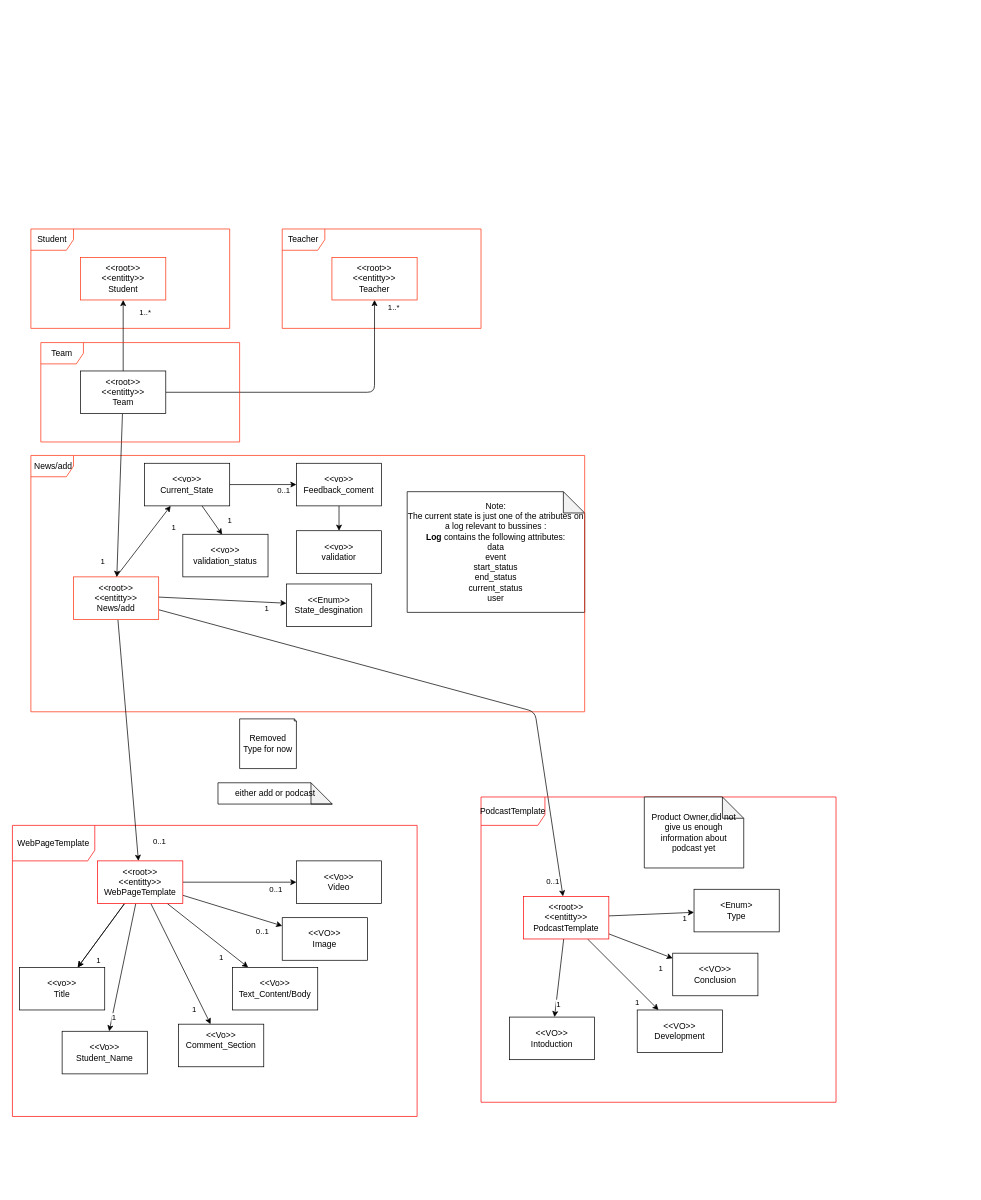
Before: Docs/Domain-model/Domain-model.drawio in Giao748/ISEP-PESTI, a draw.io diagram. Source tidied: cells renumbered, new cells numbered last; positions are measured from the earlier drawing's top-left corner, leaving out a move shared by most shapes. Both pictures are drawn from the tidied source at 71%, with x=0, y=0 at pixel (12, 229).
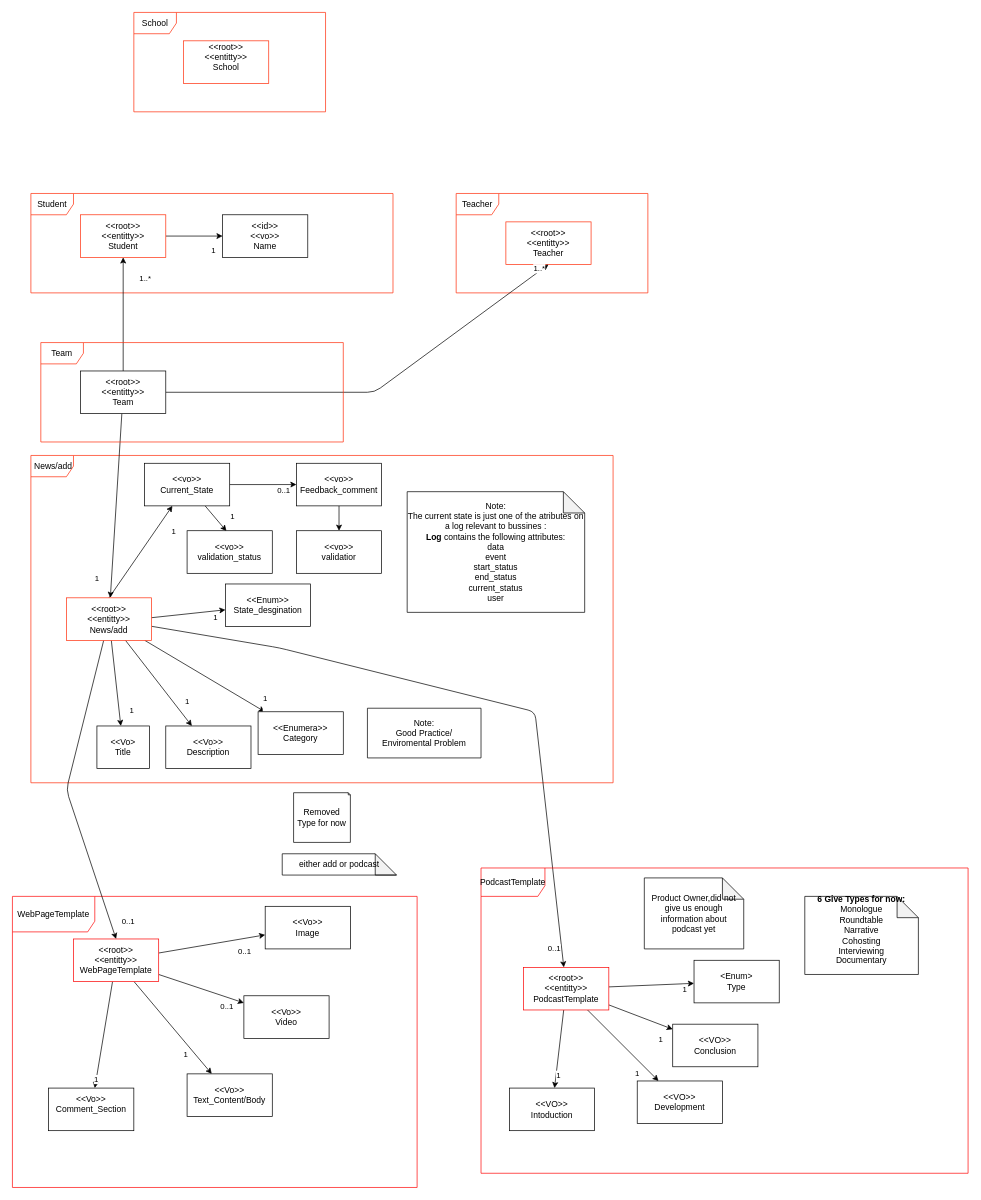
The same page after the edit.

The edit, as a diff of the source:
```diff
@@
     <mxCell id="6" value="&lt;div&gt;&amp;lt;&amp;lt;Enum&amp;gt;&amp;gt;&lt;/div&gt;State_desgination" style="whiteSpace=wrap;html=1;rounded=0;" parent="1" vertex="1">
-      <mxGeometry x="386" y="500" width="120" height="60" as="geometry" />
+      <mxGeometry x="300" y="500" width="120" height="60" as="geometry" />
     </mxCell>
@@
-    <mxCell id="13" style="edgeStyle=none;html=1;" parent="1" edge="1" source="26" target="27">
-      <mxGeometry relative="1" as="geometry" />
-    </mxCell>
@@
-    <mxCell id="20" style="edgeStyle=none;html=1;" parent="1" edge="1" source="26" target="27">
-      <mxGeometry relative="1" as="geometry" />
-    </mxCell>
-    <mxCell id="21" value="1" style="edgeLabel;html=1;align=center;verticalAlign=middle;" parent="20" vertex="1">
-      <mxGeometry x="0.5" relative="1" as="geometry">
-        <mxPoint x="12" y="12" as="offset" />
-      </mxGeometry>
-    </mxCell>
-    <mxCell id="22" style="edgeStyle=none;html=1;" parent="1" edge="1" source="26" target="28">
-      <mxGeometry relative="1" as="geometry" />
-    </mxCell>
-    <mxCell id="23" value="1" style="edgeLabel;html=1;align=center;verticalAlign=middle;" parent="22" vertex="1">
-      <mxGeometry x="0.67" relative="1" as="geometry">
-        <mxPoint y="10" as="offset" />
-      </mxGeometry>
-    </mxCell>
@@
     <mxCell id="26" value="&amp;lt;&amp;lt;root&amp;gt;&amp;gt;&lt;div&gt;&amp;lt;&amp;lt;entitty&amp;gt;&amp;gt;&lt;/div&gt;&lt;div&gt;WebPageTemplate&lt;/div&gt;" style="rounded=0;whiteSpace=wrap;html=1;strokeColor=light-dark(#fb0404, #ededed);" parent="1" vertex="1">
-      <mxGeometry x="120" y="890" width="120" height="60" as="geometry" />
+      <mxGeometry x="86" y="1000" width="120" height="60" as="geometry" />
     </mxCell>
-    <mxCell id="27" value="&amp;lt;&amp;lt;vo&amp;gt;&amp;gt;&lt;div&gt;Title&lt;/div&gt;" style="whiteSpace=wrap;html=1;rounded=0;" parent="1" vertex="1">
-      <mxGeometry x="10" y="1040" width="120" height="60" as="geometry" />
-    </mxCell>
-    <mxCell id="28" value="&lt;div&gt;&amp;lt;&amp;lt;Vo&amp;gt;&amp;gt;&lt;/div&gt;Student_Name" style="whiteSpace=wrap;html=1;rounded=0;" parent="1" vertex="1">
-      <mxGeometry x="70" y="1130" width="120" height="60" as="geometry" />
-    </mxCell>
     <mxCell id="29" value="&amp;lt;&amp;lt;Vo&amp;gt;&amp;gt;&lt;div&gt;Text_Content/Body&lt;/div&gt;" style="whiteSpace=wrap;html=1;rounded=0;" parent="1" vertex="1">
-      <mxGeometry x="310" y="1040" width="120" height="60" as="geometry" />
+      <mxGeometry x="246" y="1190" width="120" height="60" as="geometry" />
     </mxCell>
-    <mxCell id="30" value="&amp;lt;&amp;lt;VO&amp;gt;&amp;gt;&lt;div&gt;Image&lt;/div&gt;" style="whiteSpace=wrap;html=1;rounded=0;" parent="1" vertex="1">
-      <mxGeometry x="380" y="970" width="120" height="60" as="geometry" />
+    <mxCell id="30" value="&amp;lt;&amp;lt;Vo&amp;gt;&amp;gt;&lt;div&gt;Image&lt;/div&gt;" style="whiteSpace=wrap;html=1;rounded=0;" parent="1" vertex="1">
+      <mxGeometry x="356" y="954" width="120" height="60" as="geometry" />
     </mxCell>
     <mxCell id="31" value="WebPageTemplate" style="shape=umlFrame;whiteSpace=wrap;html=1;strokeColor=light-dark(#ff0a0a, #ededed);width=116;height=50;" parent="1" vertex="1">
-      <mxGeometry y="840" width="570" height="410" as="geometry" />
+      <mxGeometry y="940" width="570" height="410" as="geometry" />
     </mxCell>
     <mxCell id="32" value="Student" style="shape=umlFrame;whiteSpace=wrap;html=1;strokeColor=#FF300D;" parent="1" vertex="1">
-      <mxGeometry x="26" width="280" height="140" as="geometry" />
+      <mxGeometry x="26" y="-50" width="510" height="140" as="geometry" />
     </mxCell>
     <mxCell id="33" value="&amp;lt;&amp;lt;Vo&amp;gt;&amp;gt;&lt;div&gt;Video&lt;/div&gt;" style="whiteSpace=wrap;html=1;strokeColor=light-dark(#000000,#EDEDED);rounded=0;" parent="1" vertex="1">
-      <mxGeometry x="400" y="890" width="120" height="60" as="geometry" />
+      <mxGeometry x="326" y="1080" width="120" height="60" as="geometry" />
     </mxCell>
@@
     <mxCell id="35" value="either add or podcast" style="shape=note;whiteSpace=wrap;html=1;backgroundOutline=1;darkOpacity=0.05;" parent="1" vertex="1">
-      <mxGeometry x="289.5" y="780" width="161" height="30" as="geometry" />
+      <mxGeometry x="380" y="880" width="161" height="30" as="geometry" />
     </mxCell>
     <mxCell id="36" value="&amp;nbsp;News/add" style="shape=umlFrame;whiteSpace=wrap;html=1;strokeColor=#FF300D;width=60;height=30;" parent="1" vertex="1">
-      <mxGeometry x="26" y="319" width="780" height="361" as="geometry" />
+      <mxGeometry x="26" y="319" width="820" height="461" as="geometry" />
     </mxCell>
-    <mxCell id="37" style="edgeStyle=none;html=1;" parent="1" edge="1" source="41" target="26">
-      <mxGeometry relative="1" as="geometry" />
+    <mxCell id="37" style="edgeStyle=none;html=1;entryX=0.5;entryY=0;entryDx=0;entryDy=0;" parent="1" edge="1" source="41" target="26">
+      <mxGeometry relative="1" as="geometry">
+        <Array as="points">
+          <mxPoint x="76" y="790" />
+        </Array>
+      </mxGeometry>
     </mxCell>
     <mxCell id="38" value="0..1" style="edgeLabel;html=1;align=center;verticalAlign=middle;" parent="37" vertex="1">
       <mxGeometry x="0.77" y="-1" relative="1" as="geometry">
-        <mxPoint x="33" y="12" as="offset" />
+        <mxPoint x="33" y="22" as="offset" />
       </mxGeometry>
     </mxCell>
     <mxCell id="39" style="edgeStyle=none;html=1;" parent="1" edge="1" source="41" target="61">
       <mxGeometry relative="1" as="geometry">
         <Array as="points">
+          <mxPoint x="376" y="590" />
           <mxPoint x="736" y="680" />
         </Array>
       </mxGeometry>
     </mxCell>
@@
+    <mxCell id="73" value="1&lt;div&gt;&lt;br&gt;&lt;/div&gt;" style="edgeStyle=none;html=1;" parent="1" edge="1" source="41" target="80">
+      <mxGeometry x="0.94" y="11" relative="1" as="geometry" />
+    </mxCell>
+    <mxCell id="74" value="1" style="edgeStyle=none;html=1;" parent="1" edge="1" source="41" target="85">
+      <mxGeometry x="0.59" y="16" relative="1" as="geometry" />
+    </mxCell>
+    <mxCell id="75" style="edgeStyle=none;html=1;" parent="1" edge="1" source="41" target="84">
+      <mxGeometry relative="1" as="geometry" />
+    </mxCell>
+    <mxCell id="76" value="1" style="edgeLabel;html=1;align=center;verticalAlign=middle;" parent="75" vertex="1">
+      <mxGeometry x="0.37" y="-2" relative="1" as="geometry">
+        <mxPoint x="21" y="15" as="offset" />
+      </mxGeometry>
+    </mxCell>
     <mxCell id="41" value="&amp;lt;&amp;lt;root&amp;gt;&amp;gt;&lt;div&gt;&amp;lt;&amp;lt;entitty&amp;gt;&amp;gt;&lt;/div&gt;&lt;div&gt;News/add&lt;/div&gt;" style="rounded=0;whiteSpace=wrap;html=1;strokeColor=#FF300D;" parent="1" vertex="1">
-      <mxGeometry x="86" y="490" width="120" height="60" as="geometry" />
+      <mxGeometry x="76" y="519.5" width="120" height="60" as="geometry" />
     </mxCell>
+    <mxCell id="77" style="edgeStyle=none;html=1;" parent="1" edge="1" source="42" target="81">
+      <mxGeometry relative="1" as="geometry" />
+    </mxCell>
+    <mxCell id="78" value="1" style="edgeLabel;html=1;align=center;verticalAlign=middle;" parent="77" vertex="1">
+      <mxGeometry x="0.09" y="1" relative="1" as="geometry">
+        <mxPoint x="22" y="21" as="offset" />
+      </mxGeometry>
+    </mxCell>
     <mxCell id="42" value="&amp;lt;&amp;lt;root&amp;gt;&amp;gt;&lt;div&gt;&amp;lt;&amp;lt;entitty&amp;gt;&amp;gt;&lt;/div&gt;&lt;div&gt;Student&lt;/div&gt;" style="rounded=0;whiteSpace=wrap;html=1;strokeColor=#FF300D;" parent="1" vertex="1">
-      <mxGeometry x="96" y="40" width="120" height="60" as="geometry" />
+      <mxGeometry x="96" y="-20" width="120" height="60" as="geometry" />
     </mxCell>
     <mxCell id="43" value="Teacher" style="shape=umlFrame;whiteSpace=wrap;html=1;strokeColor=#FF300D;" parent="1" vertex="1">
-      <mxGeometry x="380" width="280" height="140" as="geometry" />
+      <mxGeometry x="625" y="-50" width="270" height="140" as="geometry" />
     </mxCell>
     <mxCell id="44" value="&amp;lt;&amp;lt;root&amp;gt;&amp;gt;&lt;div&gt;&amp;lt;&amp;lt;entitty&amp;gt;&amp;gt;&lt;/div&gt;&lt;div&gt;Teacher&lt;/div&gt;" style="rounded=0;whiteSpace=wrap;html=1;strokeColor=#FF300D;" parent="1" vertex="1">
-      <mxGeometry x="450" y="40" width="120" height="60" as="geometry" />
+      <mxGeometry x="695" y="-10" width="120" height="60" as="geometry" />
     </mxCell>
@@
     <mxCell id="52" value="PodcastTemplate" style="shape=umlFrame;whiteSpace=wrap;html=1;strokeColor=light-dark(#ff0a0a, #ededed);width=90;height=40;" parent="1" vertex="1">
-      <mxGeometry x="660" y="800" width="500" height="430" as="geometry" />
+      <mxGeometry x="660" y="900" width="686" height="430" as="geometry" />
     </mxCell>
@@
     <mxCell id="61" value="&amp;lt;&amp;lt;root&amp;gt;&amp;gt;&lt;div&gt;&amp;lt;&amp;lt;entitty&amp;gt;&amp;gt;&lt;/div&gt;&lt;div&gt;PodcastTemplate&lt;/div&gt;" style="rounded=0;whiteSpace=wrap;html=1;strokeColor=light-dark(#fb0404, #ededed);" parent="1" vertex="1">
-      <mxGeometry x="720" y="940" width="120" height="60" as="geometry" />
+      <mxGeometry x="720" y="1040" width="120" height="60" as="geometry" />
     </mxCell>
     <mxCell id="62" value="Product Owner,did not give us enough information about podcast yet" style="shape=note;whiteSpace=wrap;html=1;backgroundOutline=1;darkOpacity=0.05;" parent="1" vertex="1">
-      <mxGeometry x="890" y="800" width="140" height="100" as="geometry" />
+      <mxGeometry x="890" y="914" width="140" height="100" as="geometry" />
     </mxCell>
     <mxCell id="63" value="&amp;lt;&amp;lt;Vo&amp;gt;&amp;gt;&lt;div&gt;Comment_Section&lt;/div&gt;&lt;div&gt;&lt;br&gt;&lt;/div&gt;" style="whiteSpace=wrap;html=1;strokeColor=light-dark(#000000,#EDEDED);rounded=0;" parent="1" vertex="1">
-      <mxGeometry x="234" y="1120" width="120" height="60" as="geometry" />
+      <mxGeometry x="51" y="1210" width="120" height="60" as="geometry" />
     </mxCell>
     <mxCell id="64" value="Removed Type for now" style="shape=note;whiteSpace=wrap;html=1;backgroundOutline=1;darkOpacity=0.05;size=3;" parent="1" vertex="1">
-      <mxGeometry x="320" y="690" width="80" height="70" as="geometry" />
+      <mxGeometry x="396" y="794" width="80" height="70" as="geometry" />
     </mxCell>
     <mxCell id="65" value="&amp;lt;&amp;lt;VO&amp;gt;&amp;gt;&lt;div&gt;Intoduction&lt;/div&gt;" style="whiteSpace=wrap;html=1;rounded=0;" parent="1" vertex="1">
-      <mxGeometry x="700" y="1110" width="120" height="60" as="geometry" />
+      <mxGeometry x="700" y="1210" width="120" height="60" as="geometry" />
     </mxCell>
     <mxCell id="66" value="&amp;lt;Enum&amp;gt;&lt;div&gt;Type&lt;/div&gt;" style="rounded=0;whiteSpace=wrap;html=1;" parent="1" vertex="1">
-      <mxGeometry x="960" y="930" width="120" height="60" as="geometry" />
+      <mxGeometry x="960" y="1030" width="120" height="60" as="geometry" />
     </mxCell>
     <mxCell id="67" value="&amp;lt;&amp;lt;VO&amp;gt;&amp;gt;&lt;div&gt;Development&lt;/div&gt;" style="whiteSpace=wrap;html=1;rounded=0;" parent="1" vertex="1">
-      <mxGeometry x="880" y="1100" width="120" height="60" as="geometry" />
+      <mxGeometry x="880" y="1200" width="120" height="60" as="geometry" />
     </mxCell>
     <mxCell id="68" value="&amp;lt;&amp;lt;VO&amp;gt;&amp;gt;&lt;div&gt;Conclusion&lt;/div&gt;" style="whiteSpace=wrap;html=1;rounded=0;" parent="1" vertex="1">
-      <mxGeometry x="930" y="1020" width="120" height="60" as="geometry" />
+      <mxGeometry x="930" y="1120" width="120" height="60" as="geometry" />
     </mxCell>
@@
-    <mxCell id="70" value="&amp;lt;&amp;lt;vo&amp;gt;&amp;gt;&lt;div&gt;Feedback_coment&lt;/div&gt;" style="whiteSpace=wrap;html=1;rounded=0;" parent="1" vertex="1">
+    <mxCell id="70" value="&amp;lt;&amp;lt;vo&amp;gt;&amp;gt;&lt;div&gt;Feedback_comment&lt;/div&gt;" style="whiteSpace=wrap;html=1;rounded=0;" parent="1" vertex="1">
       <mxGeometry x="400" y="330" width="120" height="60" as="geometry" />
     </mxCell>
     <mxCell id="71" value="&amp;lt;&amp;lt;vo&amp;gt;&amp;gt;&lt;div&gt;validation_status&lt;/div&gt;" style="whiteSpace=wrap;html=1;rounded=0;" parent="1" vertex="1">
-      <mxGeometry x="240" y="430" width="120" height="60" as="geometry" />
+      <mxGeometry x="246" y="425" width="120" height="60" as="geometry" />
     </mxCell>
     <mxCell id="72" value="Team" style="shape=umlFrame;whiteSpace=wrap;html=1;strokeColor=#FF300D;" parent="1" vertex="1">
-      <mxGeometry x="40" y="160" width="280" height="140" as="geometry" />
+      <mxGeometry x="40" y="160" width="426" height="140" as="geometry" />
     </mxCell>
+    <mxCell id="79" value="&lt;b&gt;6 Give Types for now:&lt;/b&gt;&lt;div&gt;Monologue&lt;/div&gt;&lt;div&gt;Roundtable&lt;/div&gt;&lt;div&gt;Narrative&lt;/div&gt;&lt;div&gt;Cohosting&lt;/div&gt;&lt;div&gt;Interviewing&lt;/div&gt;&lt;div&gt;Documentary&lt;/div&gt;&lt;div&gt;&lt;br&gt;&lt;/div&gt;" style="shape=note;whiteSpace=wrap;html=1;backgroundOutline=1;darkOpacity=0.05;" parent="1" vertex="1">
+      <mxGeometry x="1116" y="940" width="160" height="110" as="geometry" />
+    </mxCell>
+    <mxCell id="80" value="&amp;lt;&amp;lt;Enumera&amp;gt;&amp;gt;&lt;div&gt;Category&lt;/div&gt;" style="whiteSpace=wrap;html=1;strokeColor=light-dark(#000000,#EDEDED);rounded=0;" parent="1" vertex="1">
+      <mxGeometry x="346" y="680" width="120" height="60" as="geometry" />
+    </mxCell>
+    <mxCell id="81" value="&amp;lt;&amp;lt;id&amp;gt;&amp;gt;&lt;div&gt;&lt;span style=&quot;background-color: transparent;&quot;&gt;&amp;lt;&amp;lt;vo&amp;gt;&amp;gt;&lt;/span&gt;&lt;/div&gt;&lt;div&gt;Name&lt;/div&gt;" style="rounded=0;whiteSpace=wrap;html=1;strokeColor=#000000;" parent="1" vertex="1">
+      <mxGeometry x="296" y="-20" width="120" height="60" as="geometry" />
+    </mxCell>
+    <mxCell id="82" value="School" style="shape=umlFrame;whiteSpace=wrap;html=1;strokeColor=#FF300D;" parent="1" vertex="1">
+      <mxGeometry x="171" y="-305" width="270" height="140" as="geometry" />
+    </mxCell>
+    <mxCell id="83" value="&amp;lt;&amp;lt;root&amp;gt;&amp;gt;&lt;div&gt;&amp;lt;&amp;lt;entitty&amp;gt;&amp;gt;&lt;/div&gt;&lt;div&gt;School&lt;/div&gt;&lt;div&gt;&lt;br&gt;&lt;/div&gt;" style="rounded=0;whiteSpace=wrap;html=1;strokeColor=#FF300D;" parent="1" vertex="1">
+      <mxGeometry x="241" y="-265" width="120" height="60" as="geometry" />
+    </mxCell>
+    <mxCell id="84" value="&amp;lt;&amp;lt;Vo&amp;gt;&lt;div&gt;Title&lt;/div&gt;" style="whiteSpace=wrap;html=1;strokeColor=light-dark(#000000,#EDEDED);rounded=0;" parent="1" vertex="1">
+      <mxGeometry x="119" y="700" width="74" height="60" as="geometry" />
+    </mxCell>
+    <mxCell id="85" value="&amp;lt;&amp;lt;Vo&amp;gt;&amp;gt;&lt;div&gt;Description&lt;/div&gt;" style="whiteSpace=wrap;html=1;strokeColor=light-dark(#000000,#EDEDED);rounded=0;" parent="1" vertex="1">
+      <mxGeometry x="216" y="700" width="120" height="60" as="geometry" />
+    </mxCell>
+    <mxCell id="86" value="Note:&lt;div&gt;&lt;span style=&quot;color: rgb(0, 0, 0);&quot;&gt;Good Practice/&lt;/span&gt;&lt;div&gt;&lt;span style=&quot;background-color: transparent;&quot;&gt;Enviromental Problem&lt;/span&gt;&lt;/div&gt;&lt;/div&gt;" style="shape=note;whiteSpace=wrap;html=1;backgroundOutline=1;darkOpacity=0.05;size=0;" parent="1" vertex="1">
+      <mxGeometry x="500" y="675" width="160" height="70" as="geometry" />
+    </mxCell>
```
